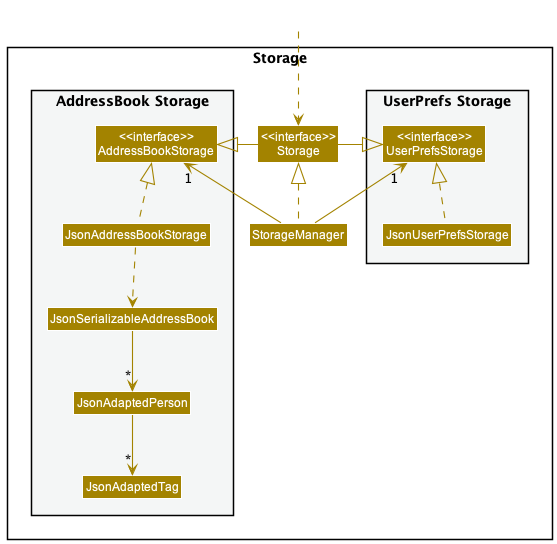
Above: docs/images/StorageClassDiagram.png in nus-cs2103-AY2223S1/tp (PlantUML), before the change.
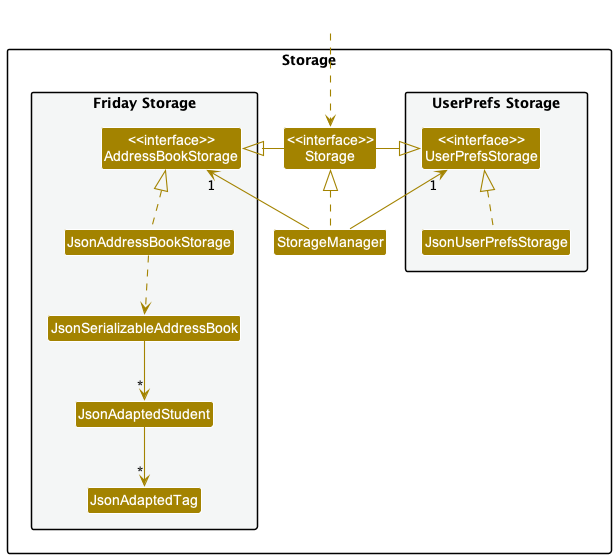
After the commit.

What changed in the source:
```diff
@@ -14,11 +14,11 @@
 Class "<<interface>>\nStorage" as Storage
 Class StorageManager
 
-package "AddressBook Storage" #F4F6F6{
+package "Friday Storage" #F4F6F6{
 Class "<<interface>>\nAddressBookStorage" as AddressBookStorage
 Class JsonAddressBookStorage
 Class JsonSerializableAddressBook
-Class JsonAdaptedPerson
+Class JsonAdaptedStudent
 Class JsonAdaptedTag
 }
 
@@ -37,7 +37,7 @@
 JsonUserPrefsStorage .up.|> UserPrefsStorage
 JsonAddressBookStorage .up.|> AddressBookStorage
 JsonAddressBookStorage ..> JsonSerializableAddressBook
-JsonSerializableAddressBook --> "*" JsonAdaptedPerson
-JsonAdaptedPerson --> "*" JsonAdaptedTag
+JsonSerializableAddressBook --> "*" JsonAdaptedStudent
+JsonAdaptedStudent --> "*" JsonAdaptedTag
 
 @enduml
```
